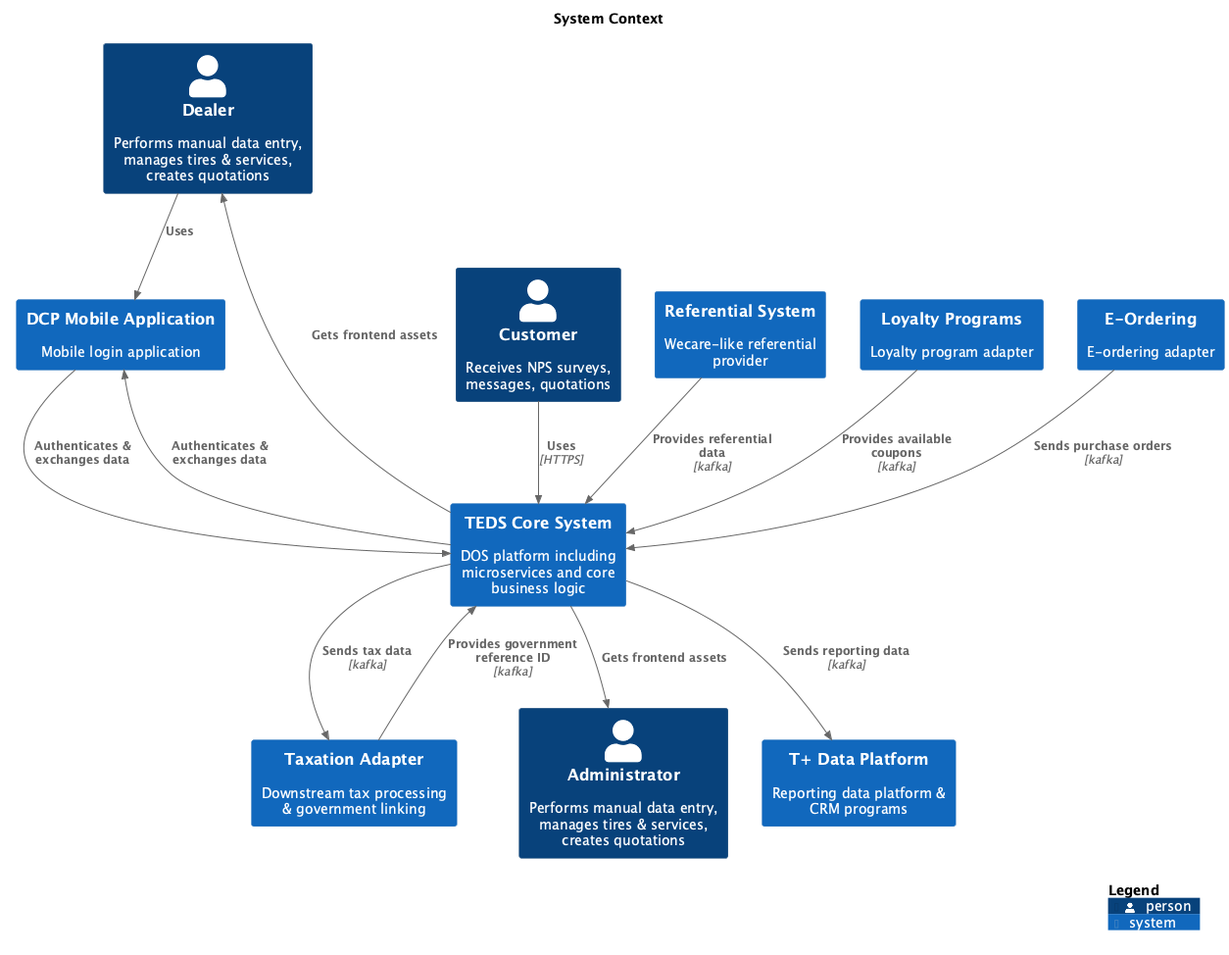
Earlier version of the PlantUML export main/png/Level1_SystemContext.png (kzsahay/teds). Its diagram source:
```plantuml
@startuml
set separator none
title System Context

top to bottom direction

!include <C4/C4>
!include <C4/C4_Context>

Person(Dealer, "Dealer", $descr="Performs manual data entry, manages tires & services, creates quotations", $tags="", $link="")
Person(Administrator, "Administrator", $descr="Performs manual data entry, manages tires & services, creates quotations", $tags="", $link="")
System(DCPMobileApplication, "DCP Mobile Application", $descr="Mobile login application", $tags="", $link="")
Person(Customer, "Customer", $descr="Receives NPS surveys, messages, quotations", $tags="", $link="")
System(ReferentialSystem, "Referential System", $descr="Wecare-like referential provider", $tags="", $link="")
System(LoyaltyPrograms, "Loyalty Programs", $descr="Loyalty program adapter", $tags="", $link="")
System(EOrdering, "E-Ordering", $descr="E-ordering adapter", $tags="", $link="")
System(TaxationAdapter, "Taxation Adapter", $descr="Downstream tax processing & government linking", $tags="", $link="")
System(TDataPlatform, "T+ Data Platform", $descr="Reporting data platform & CRM programs", $tags="", $link="")
System(TEDSCoreSystem, "TEDS Core System", $descr="DOS platform including microservices and core business logic", $tags="", $link="")

Rel(ReferentialSystem, TEDSCoreSystem, "Provides referential data", $techn="kafka", $tags="", $link="")
Rel(LoyaltyPrograms, TEDSCoreSystem, "Provides available coupons", $techn="kafka", $tags="", $link="")
Rel(EOrdering, TEDSCoreSystem, "Sends purchase orders", $techn="kafka", $tags="", $link="")
Rel(TEDSCoreSystem, TaxationAdapter, "Sends tax data", $techn="kafka", $tags="", $link="")
Rel(TaxationAdapter, TEDSCoreSystem, "Provides government reference ID", $techn="kafka", $tags="", $link="")
Rel(TEDSCoreSystem, TDataPlatform, "Sends reporting data", $techn="kafka", $tags="", $link="")
Rel(TEDSCoreSystem, Dealer, "Gets frontend assets", $techn="", $tags="", $link="")
Rel(TEDSCoreSystem, Administrator, "Gets frontend assets", $techn="", $tags="", $link="")
Rel(Customer, TEDSCoreSystem, "Uses", $techn="HTTPS", $tags="", $link="")
Rel(Dealer, DCPMobileApplication, "Uses", $techn="", $tags="", $link="")
Rel(DCPMobileApplication, TEDSCoreSystem, "Authenticates & exchanges data", $techn="", $tags="", $link="")
Rel(TEDSCoreSystem, DCPMobileApplication, "Authenticates & exchanges data", $techn="", $tags="", $link="")

SHOW_LEGEND(true)
@enduml
```
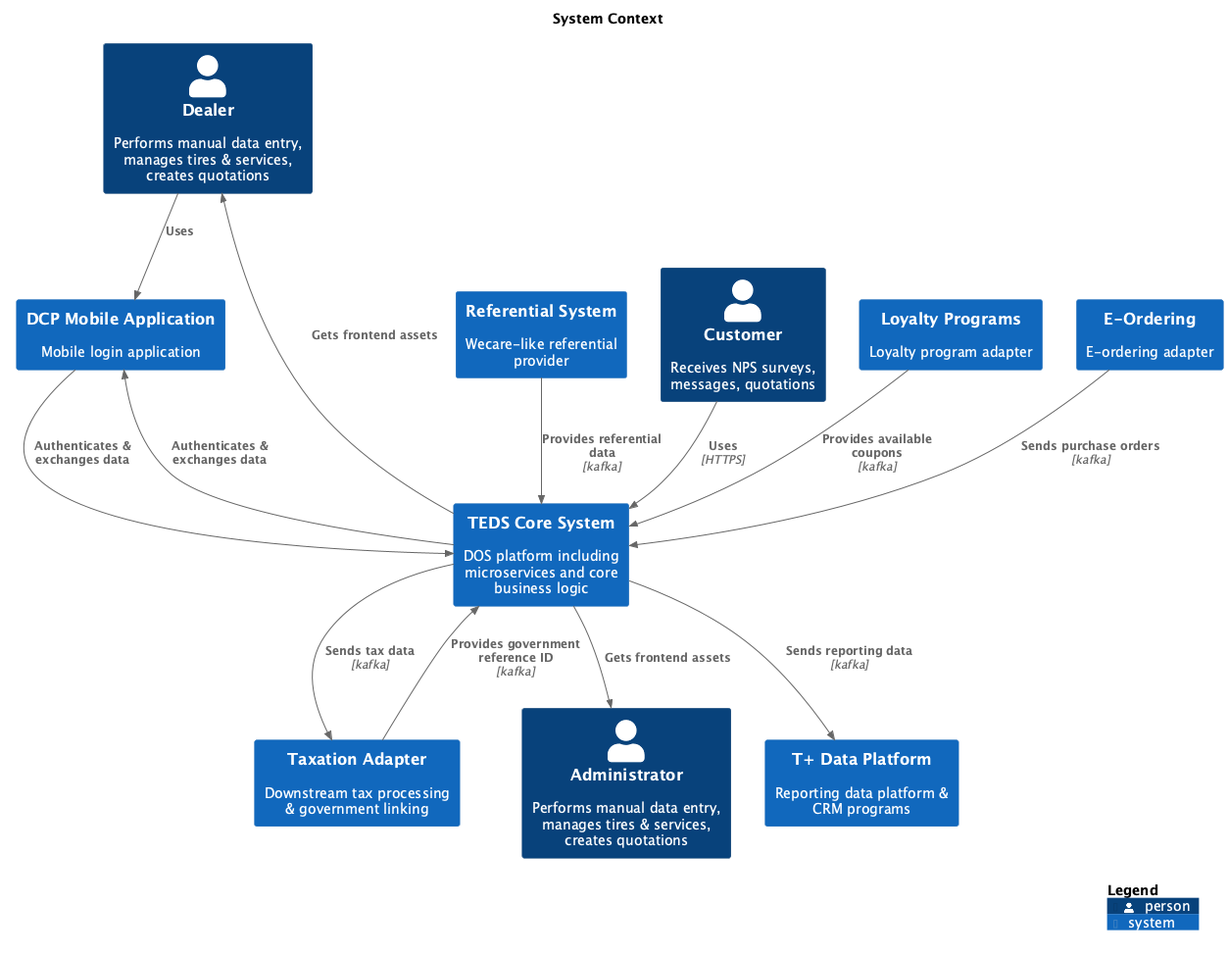
After the change.

Diff of the diagram source:
```diff
@@ -9,10 +9,10 @@
 
 Person(Dealer, "Dealer", $descr="Performs manual data entry, manages tires & services, creates quotations", $tags="", $link="")
 Person(Administrator, "Administrator", $descr="Performs manual data entry, manages tires & services, creates quotations", $tags="", $link="")
+System(ReferentialSystem, "Referential System", $descr="Wecare-like referential provider", $tags="", $link="")
+Person(Customer, "Customer", $descr="Receives NPS surveys, messages, quotations", $tags="", $link="")
+System(LoyaltyPrograms, "Loyalty Programs", $descr="Loyalty program adapter", $tags="", $link="")
 System(DCPMobileApplication, "DCP Mobile Application", $descr="Mobile login application", $tags="", $link="")
-Person(Customer, "Customer", $descr="Receives NPS surveys, messages, quotations", $tags="", $link="")
-System(ReferentialSystem, "Referential System", $descr="Wecare-like referential provider", $tags="", $link="")
-System(LoyaltyPrograms, "Loyalty Programs", $descr="Loyalty program adapter", $tags="", $link="")
 System(EOrdering, "E-Ordering", $descr="E-ordering adapter", $tags="", $link="")
 System(TaxationAdapter, "Taxation Adapter", $descr="Downstream tax processing & government linking", $tags="", $link="")
 System(TDataPlatform, "T+ Data Platform", $descr="Reporting data platform & CRM programs", $tags="", $link="")
```
